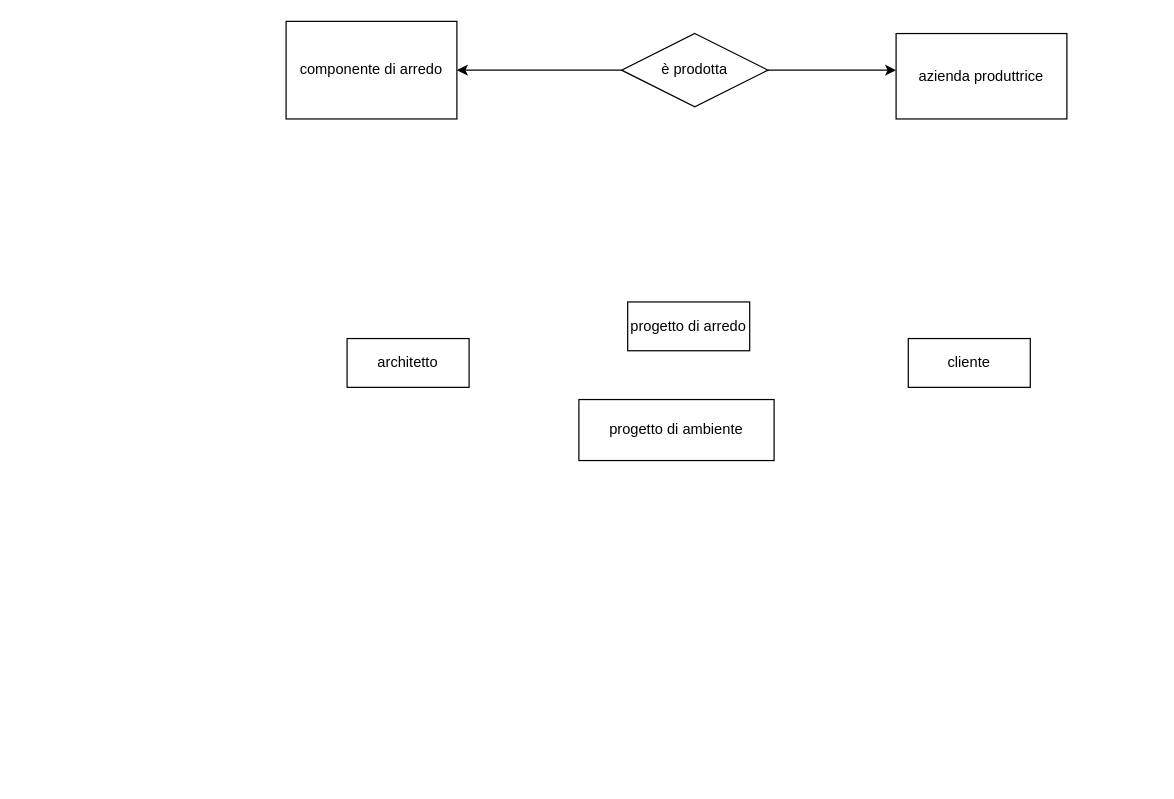
This is Untitled Diagram.drawio from CristianoRoman/ProgettoBasi, a draw.io file, before an edit. Source tidied: cells renumbered, new cells numbered last; positions are measured from the earlier drawing's top-left corner, leaving out a move shared by most shapes. Both pictures are drawn from the tidied source at 122%, with x=0, y=0 at pixel (285, 21).
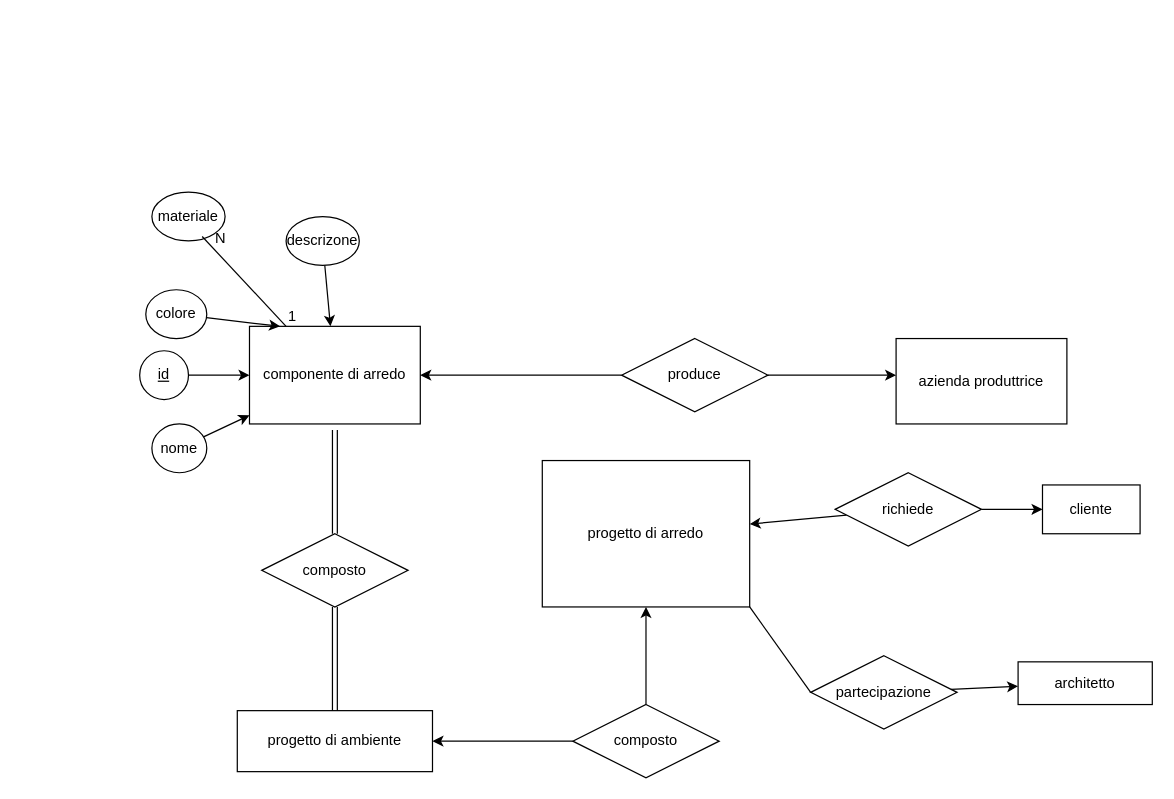
Above is the later version.

Diff of the diagram source:
```diff
@@
     <mxCell id="2" value="componente di arredo" style="whiteSpace=wrap;html=1;align=center;direction=west;" parent="1" vertex="1">
-      <mxGeometry width="140" height="80" as="geometry" />
+      <mxGeometry x="-30" y="250" width="140" height="80" as="geometry" />
     </mxCell>
     <mxCell id="3" value="azienda produttrice" style="whiteSpace=wrap;html=1;align=center;" parent="1" vertex="1">
-      <mxGeometry x="500" y="10" width="140" height="70" as="geometry" />
+      <mxGeometry x="500" y="260" width="140" height="70" as="geometry" />
     </mxCell>
     <mxCell id="4" value="progetto di arredo" style="whiteSpace=wrap;html=1;align=center;" parent="1" vertex="1">
-      <mxGeometry x="280" y="230" width="100" height="40" as="geometry" />
+      <mxGeometry x="210" y="360" width="170" height="120" as="geometry" />
     </mxCell>
     <mxCell id="5" value="progetto di ambiente" style="whiteSpace=wrap;html=1;align=center;" parent="1" vertex="1">
-      <mxGeometry x="240" y="310" width="160" height="50" as="geometry" />
+      <mxGeometry x="-40" y="565" width="160" height="50" as="geometry" />
     </mxCell>
     <mxCell id="6" value="cliente" style="whiteSpace=wrap;html=1;align=center;" parent="1" vertex="1">
-      <mxGeometry x="510" y="260" width="100" height="40" as="geometry" />
+      <mxGeometry x="620" y="380" width="80" height="40" as="geometry" />
     </mxCell>
     <mxCell id="7" value="architetto" style="whiteSpace=wrap;html=1;align=center;" parent="1" vertex="1">
-      <mxGeometry x="50" y="260" width="100" height="40" as="geometry" />
+      <mxGeometry x="600" y="525" width="110" height="35" as="geometry" />
     </mxCell>
-    <mxCell id="8" style="edgeStyle=orthogonalEdgeStyle;rounded=0;jettySize=auto;html=1;" parent="1" edge="1" source="10" target="2">
+    <mxCell id="8" style="edgeStyle=orthogonalEdgeStyle;rounded=0;jettySize=auto;html=1;" parent="1" edge="1" source="10">
       <mxGeometry relative="1" as="geometry">
+        <mxPoint x="110" y="290" as="targetPoint" />
         <Array as="points">
-          <mxPoint x="240" y="40" />
-          <mxPoint x="240" y="40" />
+          <mxPoint x="240" y="290" />
+          <mxPoint x="240" y="290" />
         </Array>
       </mxGeometry>
     </mxCell>
     <mxCell id="9" style="edgeStyle=orthogonalEdgeStyle;rounded=0;jettySize=auto;html=1;" parent="1" edge="1" source="10">
       <mxGeometry relative="1" as="geometry">
-        <mxPoint x="500" y="40" as="targetPoint" />
+        <mxPoint x="500" y="290" as="targetPoint" />
       </mxGeometry>
     </mxCell>
-    <mxCell id="10" value="è prodotta" style="shape=rhombus;perimeter=rhombusPerimeter;whiteSpace=wrap;html=1;align=center;" parent="1" vertex="1">
-      <mxGeometry x="275" y="10" width="120" height="60" as="geometry" />
+    <mxCell id="10" value="produce" style="shape=rhombus;perimeter=rhombusPerimeter;whiteSpace=wrap;html=1;align=center;" parent="1" vertex="1">
+      <mxGeometry x="275" y="260" width="120" height="60" as="geometry" />
     </mxCell>
+    <mxCell id="11" style="edgeStyle=orthogonalEdgeStyle;rounded=0;jettySize=auto;html=1;" parent="1" edge="1" source="13" target="5">
+      <mxGeometry relative="1" as="geometry" />
+    </mxCell>
+    <mxCell id="12" style="rounded=0;jettySize=auto;html=1;" parent="1" edge="1" source="13" target="4">
+      <mxGeometry relative="1" as="geometry" />
+    </mxCell>
+    <mxCell id="13" value="composto" style="shape=rhombus;perimeter=rhombusPerimeter;whiteSpace=wrap;html=1;align=center;" parent="1" vertex="1">
+      <mxGeometry x="235" y="560" width="120" height="60" as="geometry" />
+    </mxCell>
+    <mxCell id="14" style="edgeStyle=none;rounded=0;jettySize=auto;html=1;" parent="1" edge="1" source="15" target="7">
+      <mxGeometry relative="1" as="geometry" />
+    </mxCell>
+    <mxCell id="15" value="partecipazione" style="shape=rhombus;perimeter=rhombusPerimeter;whiteSpace=wrap;html=1;align=center;" parent="1" vertex="1">
+      <mxGeometry x="430" y="520" width="120" height="60" as="geometry" />
+    </mxCell>
+    <mxCell id="16" style="edgeStyle=none;rounded=0;orthogonalLoop=1;jettySize=auto;html=1;exitX=0.75;exitY=1;exitDx=0;exitDy=0;" parent="1" edge="1" source="6" target="6">
+      <mxGeometry relative="1" as="geometry" />
+    </mxCell>
+    <mxCell id="17" style="edgeStyle=none;rounded=0;jettySize=auto;html=1;" parent="1" edge="1" source="19" target="4">
+      <mxGeometry relative="1" as="geometry" />
+    </mxCell>
+    <mxCell id="18" style="edgeStyle=none;rounded=0;jettySize=auto;html=1;" parent="1" edge="1" source="19" target="6">
+      <mxGeometry relative="1" as="geometry" />
+    </mxCell>
+    <mxCell id="19" value="richiede" style="shape=rhombus;perimeter=rhombusPerimeter;whiteSpace=wrap;html=1;align=center;" parent="1" vertex="1">
+      <mxGeometry x="450" y="370" width="120" height="60" as="geometry" />
+    </mxCell>
+    <mxCell id="20" style="rounded=0;jettySize=auto;html=1;shape=link;" parent="1" edge="1" source="22" target="5">
+      <mxGeometry relative="1" as="geometry" />
+    </mxCell>
+    <mxCell id="21" style="edgeStyle=none;rounded=0;jettySize=auto;html=1;shape=link;" parent="1" edge="1" source="22">
+      <mxGeometry relative="1" as="geometry">
+        <mxPoint x="40" y="335" as="targetPoint" />
+      </mxGeometry>
+    </mxCell>
+    <mxCell id="22" value="composto" style="shape=rhombus;perimeter=rhombusPerimeter;whiteSpace=wrap;html=1;align=center;" parent="1" vertex="1">
+      <mxGeometry x="-20" y="420" width="120" height="60" as="geometry" />
+    </mxCell>
+    <mxCell id="23" style="endArrow=none;html=1;rounded=0;exitX=1;exitY=1;exitDx=0;exitDy=0;entryX=0;entryY=0.5;entryDx=0;entryDy=0;" parent="1" edge="1" source="4" target="15">
+      <mxGeometry relative="1" as="geometry" />
+    </mxCell>
+    <mxCell id="24" style="edgeStyle=none;rounded=0;jettySize=auto;html=1;exitX=1;exitY=0.5;exitDx=0;exitDy=0;startArrow=none;" parent="1" edge="1" source="30">
+      <mxGeometry relative="1" as="geometry">
+        <mxPoint x="-110" y="240" as="targetPoint" />
+      </mxGeometry>
+    </mxCell>
+    <mxCell id="25" style="edgeStyle=none;rounded=0;orthogonalLoop=1;jettySize=auto;html=1;exitX=0;exitY=0.5;exitDx=0;exitDy=0;" parent="1" edge="1">
+      <mxGeometry relative="1" as="geometry">
+        <mxPoint x="-210" y="240" as="sourcePoint" />
+        <mxPoint x="-210" y="240" as="targetPoint" />
+      </mxGeometry>
+    </mxCell>
+    <mxCell id="26" style="edgeStyle=none;rounded=0;jettySize=auto;html=1;entryX=0.821;entryY=1;entryDx=0;entryDy=0;entryPerimeter=0;" parent="1" edge="1" source="30" target="2">
+      <mxGeometry relative="1" as="geometry" />
+    </mxCell>
+    <mxCell id="27" value="materiale" style="ellipse;whiteSpace=wrap;html=1;align=center;" parent="1" vertex="1">
+      <mxGeometry x="-110" y="140" width="60" height="40" as="geometry" />
+    </mxCell>
+    <mxCell id="28" style="edgeStyle=none;rounded=0;jettySize=auto;html=1;" parent="1" edge="1" source="29" target="2">
+      <mxGeometry relative="1" as="geometry" />
+    </mxCell>
+    <mxCell id="29" value="id" style="ellipse;whiteSpace=wrap;html=1;align=center;fontStyle=4;direction=west;" parent="1" vertex="1">
+      <mxGeometry x="-120" y="270" width="40" height="40" as="geometry" />
+    </mxCell>
+    <mxCell id="30" value="colore" style="ellipse;whiteSpace=wrap;html=1;align=center;" parent="1" vertex="1">
+      <mxGeometry x="-115" y="220" width="50" height="40" as="geometry" />
+    </mxCell>
+    <mxCell id="31" style="edgeStyle=none;rounded=0;jettySize=auto;html=1;" parent="1" edge="1" source="32" target="2">
+      <mxGeometry relative="1" as="geometry" />
+    </mxCell>
+    <mxCell id="32" value="nome" style="ellipse;whiteSpace=wrap;html=1;align=center;" parent="1" vertex="1">
+      <mxGeometry x="-110" y="330" width="45" height="40" as="geometry" />
+    </mxCell>
+    <mxCell id="33" style="edgeStyle=none;rounded=0;jettySize=auto;html=1;" parent="1" edge="1" source="34" target="2">
+      <mxGeometry relative="1" as="geometry" />
+    </mxCell>
+    <mxCell id="34" value="descrizone" style="ellipse;whiteSpace=wrap;html=1;align=center;" parent="1" vertex="1">
+      <mxGeometry y="160" width="60" height="40" as="geometry" />
+    </mxCell>
+    <mxCell id="35" style="endArrow=none;html=1;rounded=0;entryX=0.687;entryY=0.908;entryDx=0;entryDy=0;entryPerimeter=0;" parent="1" edge="1" target="27">
+      <mxGeometry relative="1" as="geometry">
+        <mxPoint y="250" as="sourcePoint" />
+      </mxGeometry>
+    </mxCell>
+    <mxCell id="36" value="1" style="html=1;align=left;verticalAlign=bottom;" parent="35" vertex="1">
+      <mxGeometry x="-1" relative="1" as="geometry" />
+    </mxCell>
+    <mxCell id="37" value="N" style="html=1;align=right;verticalAlign=bottom;" parent="35" vertex="1">
+      <mxGeometry x="1" relative="1" as="geometry">
+        <mxPoint x="20" y="10" as="offset" />
+      </mxGeometry>
+    </mxCell>
```
